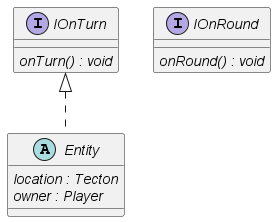
Before: out/5/classes/core/core/core.png, a diagram exported from PlantUML (Petya-G/fungorium). The source it was exported from:
```plantuml
@startuml core

interface IOnTurn{
    {abstract} onTurn() : void
}

interface IOnRound{
    {abstract} onRound() : void
}

abstract class Entity implements IOnTurn{
    {abstract} location : Tecton
    {abstract} owner : Player
}

@enduml
```
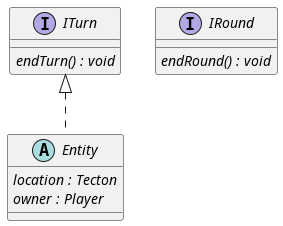
Later version of the same file.

The edit, as a diff of the source:
```diff
@@ -1,14 +1,14 @@
 @startuml core
 
-interface IOnTurn{
-    {abstract} onTurn() : void
+interface ITurn{
+    {abstract} endTurn() : void
 }
 
-interface IOnRound{
-    {abstract} onRound() : void
+interface IRound{
+    {abstract} endRound() : void
 }
 
-abstract class Entity implements IOnTurn{
+abstract class Entity implements ITurn{
     {abstract} location : Tecton
     {abstract} owner : Player
 }
```
